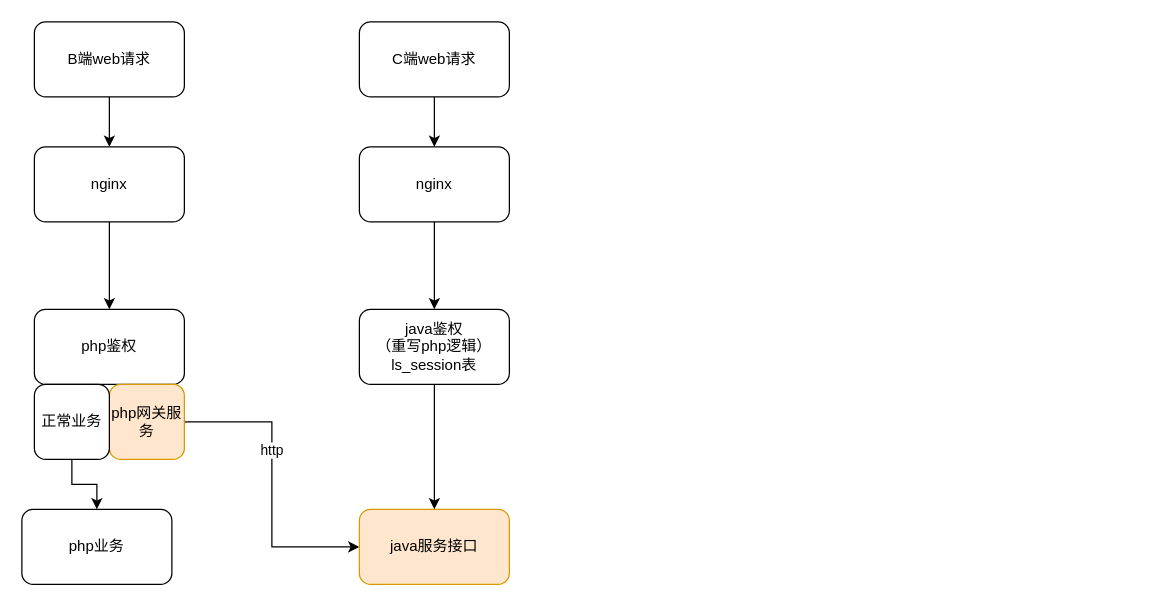
The draw.io diagram 小程序php转java调用架构图.drawio in dfqxyfy/image, before the edit. Source tidied: cells renumbered, new cells numbered last; positions are measured from the earlier drawing's top-left corner, leaving out a move shared by most shapes. Both pictures are drawn from the tidied source at 125%, with x=0, y=0 at pixel (21, 21).
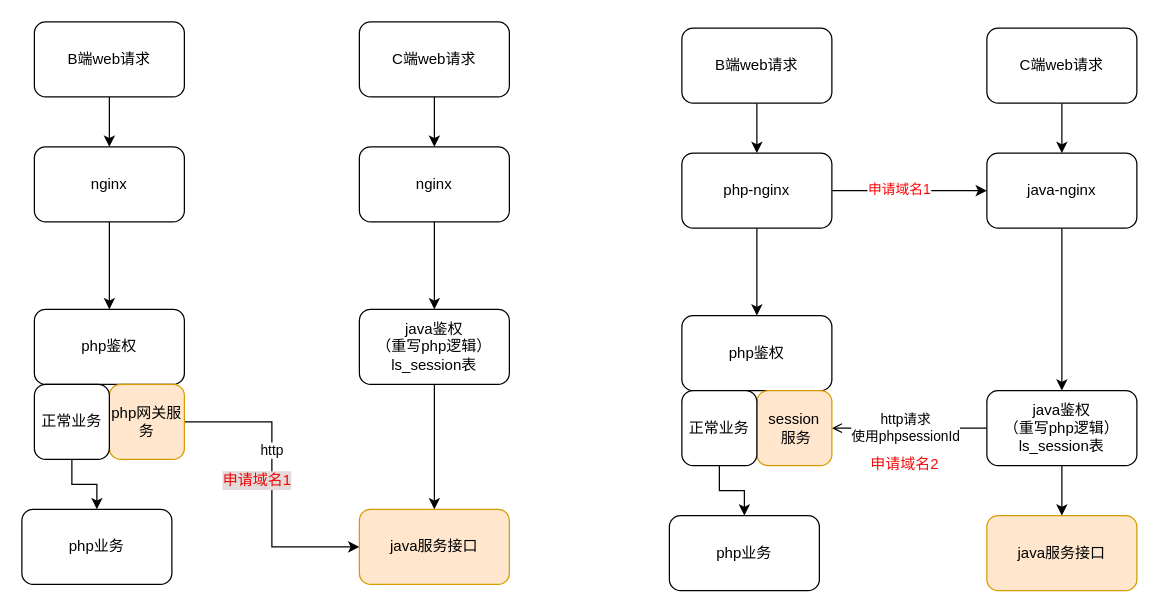
The same diagram, later.

Commit message:
更新小程序php转java调用架构图.drawio

Change to the diagram source:
```diff
@@
+    <mxCell id="20" style="edgeStyle=orthogonalEdgeStyle;rounded=0;jettySize=auto;html=1;entryX=0.5;entryY=0;entryDx=0;entryDy=0;" parent="1" edge="1" source="21" target="23">
+      <mxGeometry relative="1" as="geometry" />
+    </mxCell>
+    <mxCell id="21" value="B端web请求" style="rounded=1;whiteSpace=wrap;html=1;" parent="1" vertex="1">
+      <mxGeometry x="528" y="5" width="120" height="60" as="geometry" />
+    </mxCell>
+    <mxCell id="22" style="edgeStyle=orthogonalEdgeStyle;rounded=0;jettySize=auto;html=1;entryX=0.5;entryY=0;entryDx=0;entryDy=0;" parent="1" edge="1" source="23" target="24">
+      <mxGeometry relative="1" as="geometry" />
+    </mxCell>
+    <mxCell id="23" value="php-nginx" style="rounded=1;whiteSpace=wrap;html=1;" parent="1" vertex="1">
+      <mxGeometry x="528" y="105" width="120" height="60" as="geometry" />
+    </mxCell>
+    <mxCell id="24" value="php鉴权" style="rounded=1;whiteSpace=wrap;html=1;" parent="1" vertex="1">
+      <mxGeometry x="528" y="235" width="120" height="60" as="geometry" />
+    </mxCell>
+    <mxCell id="25" style="edgeStyle=orthogonalEdgeStyle;rounded=0;jettySize=auto;html=1;entryX=0;entryY=0.5;entryDx=0;entryDy=0;exitX=1;exitY=0.5;exitDx=0;exitDy=0;" parent="1" edge="1" source="23" target="36">
+      <mxGeometry relative="1" as="geometry" />
+    </mxCell>
+    <mxCell id="26" value="申请域名1" style="edgeLabel;html=1;align=center;verticalAlign=middle;fontColor=#FF0000;" parent="25" vertex="1">
+      <mxGeometry x="-0.15" y="2" relative="1" as="geometry" />
+    </mxCell>
+    <mxCell id="27" style="edgeStyle=orthogonalEdgeStyle;rounded=0;jettySize=auto;html=1;entryX=0;entryY=0.5;entryDx=0;entryDy=0;endArrow=none;endFill=0;startArrow=open;startFill=0;" parent="1" edge="1" source="29" target="38">
+      <mxGeometry relative="1" as="geometry" />
+    </mxCell>
+    <mxCell id="28" value="http请求&lt;br&gt;使用phpsessionId&lt;br&gt;" style="edgeLabel;html=1;align=center;verticalAlign=middle;" parent="27" vertex="1">
+      <mxGeometry x="-0.06" y="1" relative="1" as="geometry" />
+    </mxCell>
+    <mxCell id="29" value="session&lt;br&gt;&amp;nbsp;服务" style="rounded=1;whiteSpace=wrap;html=1;fillColor=#ffe6cc;strokeColor=#d79b00;" parent="1" vertex="1">
+      <mxGeometry x="588" y="295" width="60" height="60" as="geometry" />
+    </mxCell>
+    <mxCell id="30" value="java服务接口" style="rounded=1;whiteSpace=wrap;html=1;fillColor=#ffe6cc;strokeColor=#d79b00;" parent="1" vertex="1">
+      <mxGeometry x="772" y="395" width="120" height="60" as="geometry" />
+    </mxCell>
+    <mxCell id="31" style="edgeStyle=orthogonalEdgeStyle;rounded=0;jettySize=auto;html=1;entryX=0.5;entryY=0;entryDx=0;entryDy=0;" parent="1" edge="1" source="32" target="39">
+      <mxGeometry relative="1" as="geometry" />
+    </mxCell>
+    <mxCell id="32" value="正常业务" style="rounded=1;whiteSpace=wrap;html=1;" parent="1" vertex="1">
+      <mxGeometry x="528" y="295" width="60" height="60" as="geometry" />
+    </mxCell>
+    <mxCell id="33" style="edgeStyle=orthogonalEdgeStyle;rounded=0;jettySize=auto;html=1;" parent="1" edge="1" source="34" target="36">
+      <mxGeometry relative="1" as="geometry" />
+    </mxCell>
+    <mxCell id="34" value="C端web请求" style="rounded=1;whiteSpace=wrap;html=1;" parent="1" vertex="1">
+      <mxGeometry x="772" y="5" width="120" height="60" as="geometry" />
+    </mxCell>
+    <mxCell id="35" style="edgeStyle=orthogonalEdgeStyle;rounded=0;jettySize=auto;html=1;entryX=0.5;entryY=0;entryDx=0;entryDy=0;" parent="1" edge="1" source="36" target="38">
+      <mxGeometry relative="1" as="geometry" />
+    </mxCell>
+    <mxCell id="36" value="java-nginx" style="rounded=1;whiteSpace=wrap;html=1;" parent="1" vertex="1">
+      <mxGeometry x="772" y="105" width="120" height="60" as="geometry" />
+    </mxCell>
+    <mxCell id="37" style="edgeStyle=orthogonalEdgeStyle;rounded=0;jettySize=auto;html=1;entryX=0.5;entryY=0;entryDx=0;entryDy=0;" parent="1" edge="1" source="38" target="30">
+      <mxGeometry relative="1" as="geometry" />
+    </mxCell>
+    <mxCell id="38" value="java鉴权&lt;br&gt;（重写php逻辑）&lt;br&gt;ls_session表" style="rounded=1;whiteSpace=wrap;html=1;" parent="1" vertex="1">
+      <mxGeometry x="772" y="295" width="120" height="60" as="geometry" />
+    </mxCell>
+    <mxCell id="39" value="php业务" style="rounded=1;whiteSpace=wrap;html=1;" parent="1" vertex="1">
+      <mxGeometry x="518" y="395" width="120" height="60" as="geometry" />
+    </mxCell>
+    <mxCell id="40" value="申请域名2" style="text;html=1;align=center;verticalAlign=middle;strokeColor=none;fillColor=none;fontColor=#f40b0b;" parent="1" vertex="1">
+      <mxGeometry x="669" y="341" width="73" height="26" as="geometry" />
+    </mxCell>
+    <mxCell id="41" value="申请域名1" style="text;html=1;align=center;verticalAlign=middle;strokeColor=none;fillColor=none;fontColor=#f00505;labelBackgroundColor=#E3DADA;" parent="1" vertex="1">
+      <mxGeometry x="151" y="354" width="73" height="26" as="geometry" />
+    </mxCell>
```
